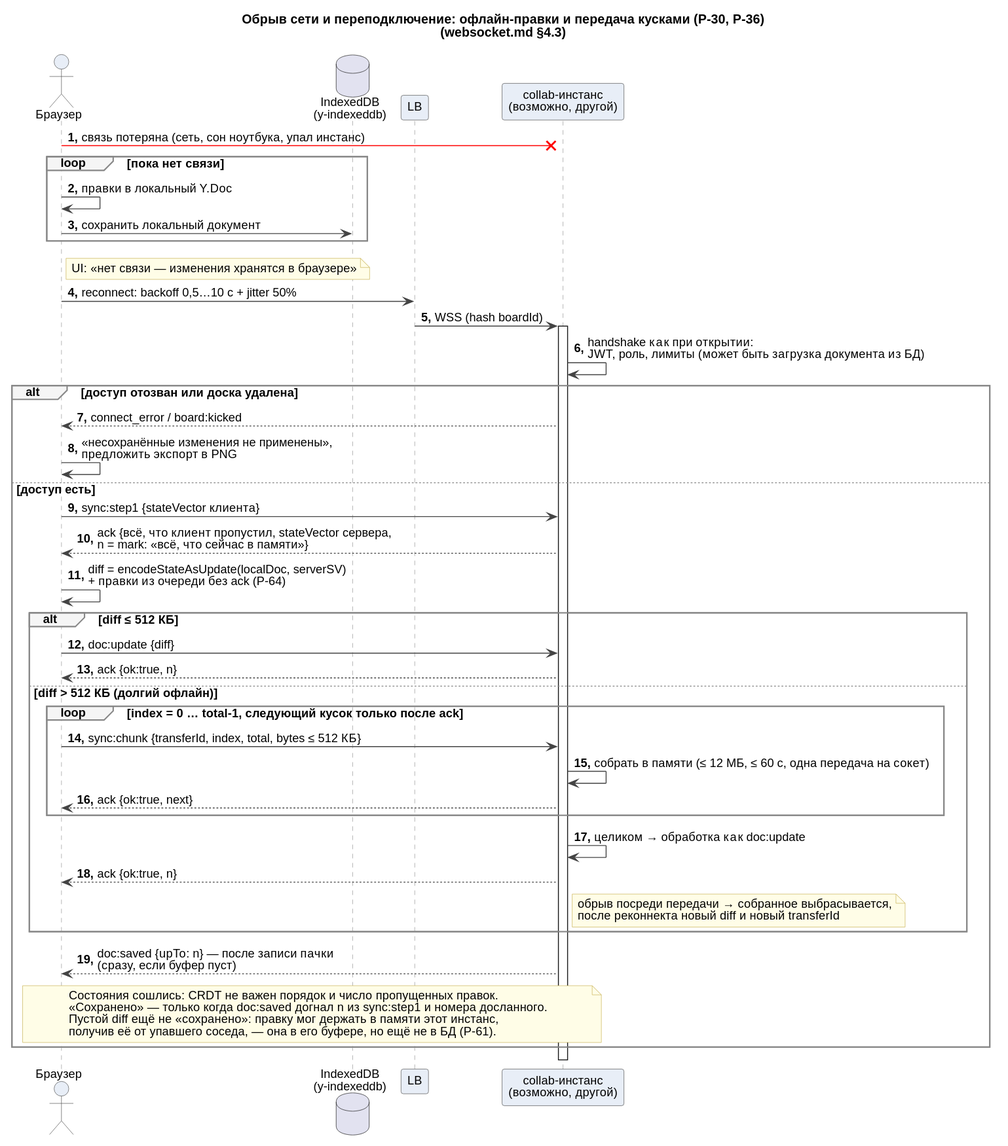
The PlantUML diagram docs/system-design/sequences/detailed/03-reconnect.svg in fanera-team/fanera, before a commit. Its diagram source:
```plantuml
@startuml
!include ../_style.iuml
title Обрыв сети и переподключение: офлайн-правки и передача кусками (Р-30, Р-36)\n(websocket.md §4.3)

actor "Браузер" as C
database "IndexedDB\n(y-indexeddb)" as IDB
participant "LB" as LB
participant "collab-инстанс\n(возможно, другой)" as COL

C -[#red]x COL : связь потеряна (сеть, сон ноутбука, упал инстанс)

loop пока нет связи
  C -> C : правки в локальный Y.Doc
  C -> IDB : сохранить локальный документ
end
note right of C : UI: «нет связи — изменения хранятся в браузере»

C -> LB : reconnect: backoff 0,5…10 с + jitter 50%
LB -> COL : WSS (hash boardId)
activate COL
COL -> COL : handshake как при открытии:\nJWT, роль, лимиты (может быть загрузка документа из БД)

alt доступ отозван или доска удалена
  COL --> C : connect_error / board:kicked
  C -> C : «несохранённые изменения не применены»,\nпредложить экспорт в PNG
else доступ есть
  C -> COL : sync:step1 {stateVector клиента}
  COL --> C : ack {всё, что клиент пропустил, stateVector сервера,\nn = mark: «всё, что сейчас в памяти»}
  C -> C : diff = encodeStateAsUpdate(localDoc, serverSV)\n+ правки из очереди без ack (Р-64)

  alt diff ≤ 512 КБ
    C -> COL : doc:update {diff}
    COL --> C : ack {ok:true, n}
  else diff > 512 КБ (долгий офлайн)
    loop index = 0 … total-1, следующий кусок только после ack
      C -> COL : sync:chunk {transferId, index, total, bytes ≤ 512 КБ}
      COL -> COL : собрать в памяти (≤ 12 МБ, ≤ 60 с, одна передача на сокет)
      COL --> C : ack {ok:true, next}
    end
    COL -> COL : целиком → обработка как doc:update
    COL --> C : ack {ok:true, n}
    note right of COL : обрыв посреди передачи → собранное выбрасывается,\nпосле реконнекта новый diff и новый transferId
  end
  COL --> C : doc:saved {upTo: n} — после записи пачки\n(сразу, если буфер пуст)
  note over C, COL
    Состояния сошлись: CRDT не важен порядок и число пропущенных правок.
    «Сохранено» — только когда doc:saved догнал n из sync:step1 и номера досланного.
    Пустой diff ещё не «сохранено»: правку мог держать в памяти этот инстанс,
    получив её от упавшего соседа, — она в его буфере, но ещё не в БД (Р-61).
  end note
end
deactivate COL
@enduml
```
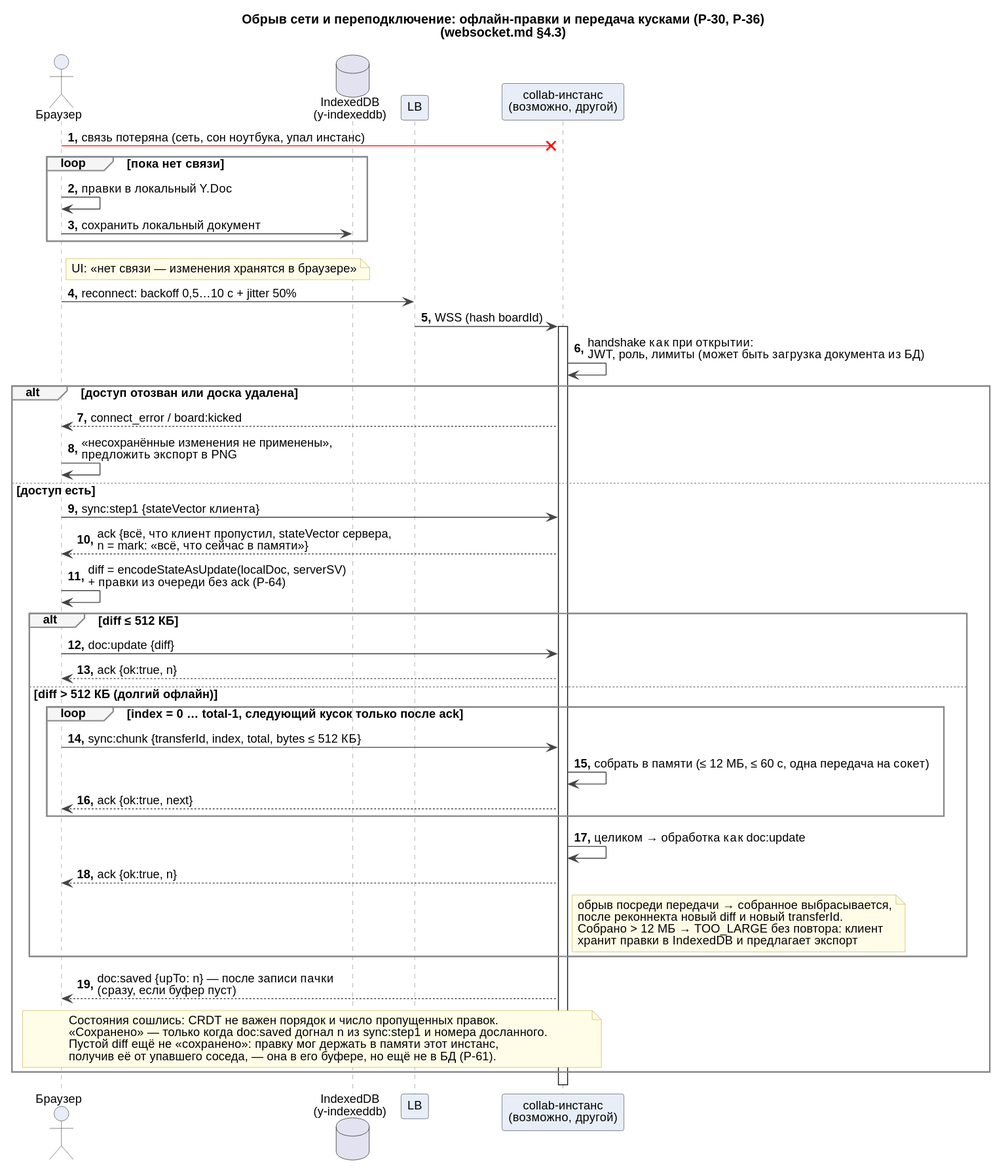
The same diagram one commit later.

The edit, as a diff of the source:
```diff
@@ -39,7 +39,7 @@
     end
     COL -> COL : целиком → обработка как doc:update
     COL --> C : ack {ok:true, n}
-    note right of COL : обрыв посреди передачи → собранное выбрасывается,\nпосле реконнекта новый diff и новый transferId
+    note right of COL : обрыв посреди передачи → собранное выбрасывается,\nпосле реконнекта новый diff и новый transferId.\nСобрано > 12 МБ → TOO_LARGE без повтора: клиент\nхранит правки в IndexedDB и предлагает экспорт
   end
   COL --> C : doc:saved {upTo: n} — после записи пачки\n(сразу, если буфер пуст)
   note over C, COL
```
